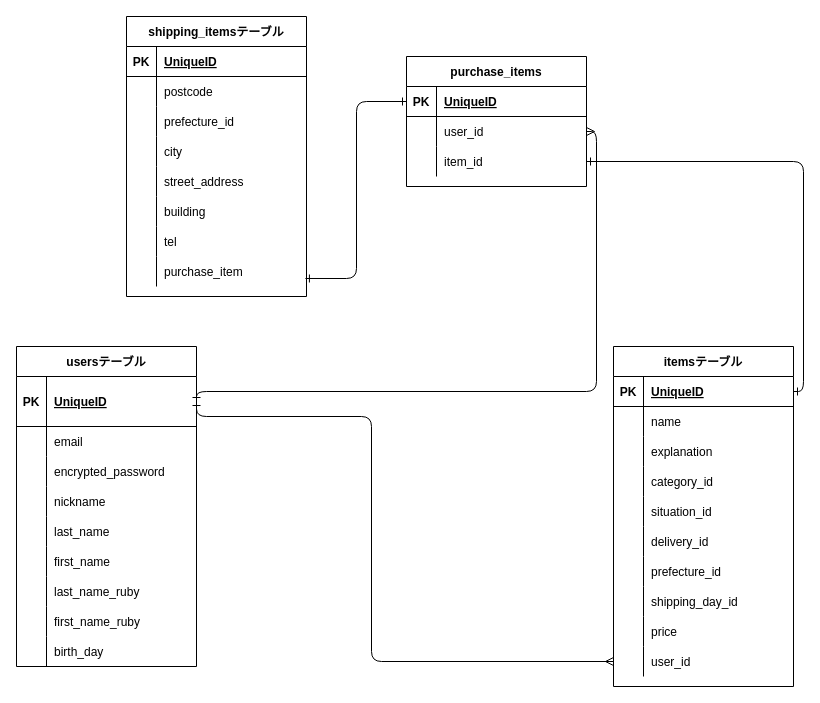
MashiKimura/furima-37237 keeps this draw.io diagram as database.dio. Above is the earlier version. Source tidied: cells renumbered, new cells numbered last; positions are measured from the earlier drawing's top-left corner, leaving out a move shared by most shapes. Both pictures are drawn from the tidied source at 100%, with x=0, y=0 at pixel (16, 16).
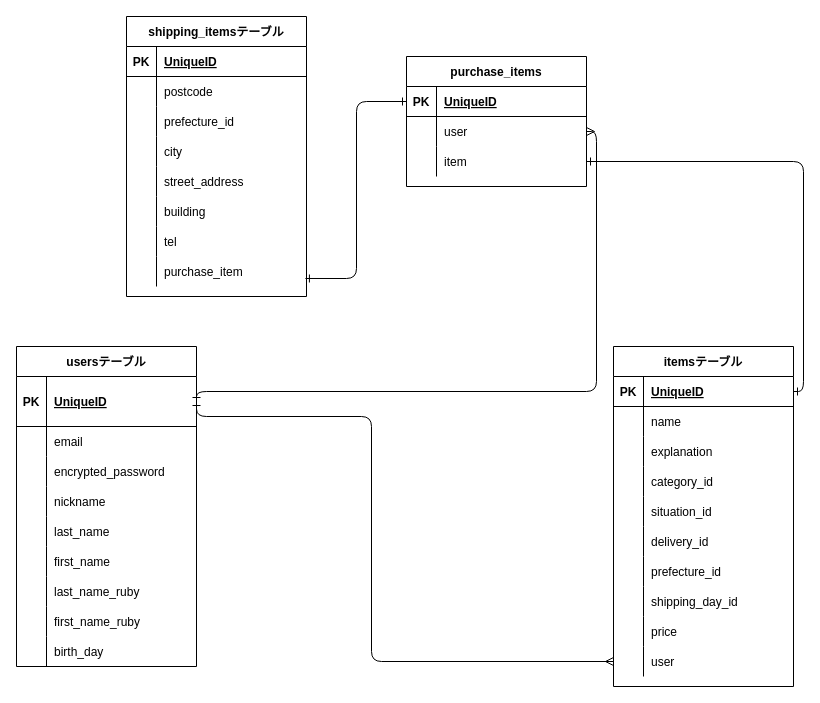
After the change.

Commit message (it also covers changes not shown here):
データベース設計　修正２

The change refers to these unchanged cells:
```xml
<mxCell id="58" style="shape=partialRectangle;fillColor=none;top=0;left=0;bottom=0;right=0;points=[[0,0.5],[1,0.5]];portConstraint=eastwest;" parent="30" vertex="1">
  <mxGeometry y="300" width="180" height="30" as="geometry" />
</mxCell>
<mxCell id="91" style="shape=partialRectangle;fillColor=none;top=0;left=0;bottom=0;right=0;points=[[0,0.5],[1,0.5]];portConstraint=eastwest;" parent="87" vertex="1">
  <mxGeometry y="60" width="180" height="30" as="geometry" />
</mxCell>
<mxCell id="94" style="shape=partialRectangle;fillColor=none;top=0;left=0;bottom=0;right=0;points=[[0,0.5],[1,0.5]];portConstraint=eastwest;" parent="87" vertex="1">
  <mxGeometry y="90" width="180" height="30" as="geometry" />
</mxCell>
```

The edit, as a diff of the source:
```diff
@@
-    <mxCell id="60" value="user_id" style="shape=partialRectangle;fillColor=none;top=0;left=0;bottom=0;right=0;align=left;spacingLeft=6;overflow=hidden;" parent="58" vertex="1">
+    <mxCell id="60" value="user" style="shape=partialRectangle;fillColor=none;top=0;left=0;bottom=0;right=0;align=left;spacingLeft=6;overflow=hidden;" parent="58" vertex="1">
       <mxGeometry x="30" width="150" height="30" as="geometry" />
     </mxCell>
@@
-    <mxCell id="93" value="user_id" style="shape=partialRectangle;fillColor=none;top=0;left=0;bottom=0;right=0;align=left;spacingLeft=6;overflow=hidden;" parent="91" vertex="1">
+    <mxCell id="93" value="user" style="shape=partialRectangle;fillColor=none;top=0;left=0;bottom=0;right=0;align=left;spacingLeft=6;overflow=hidden;" parent="91" vertex="1">
       <mxGeometry x="30" width="150" height="30" as="geometry" />
     </mxCell>
@@
-    <mxCell id="96" value="item_id" style="shape=partialRectangle;fillColor=none;top=0;left=0;bottom=0;right=0;align=left;spacingLeft=6;overflow=hidden;" parent="94" vertex="1">
+    <mxCell id="96" value="item" style="shape=partialRectangle;fillColor=none;top=0;left=0;bottom=0;right=0;align=left;spacingLeft=6;overflow=hidden;" parent="94" vertex="1">
       <mxGeometry x="30" width="150" height="30" as="geometry" />
     </mxCell>
```
